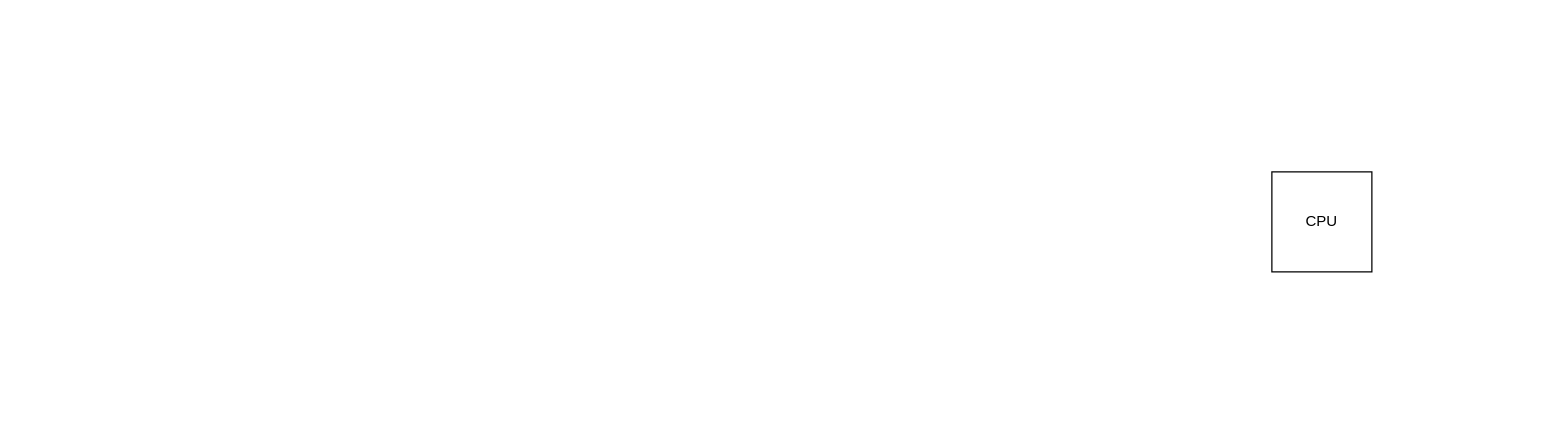
Earlier version of the draw.io diagram Tanenbaum.drawio (adorozhko/Tanenbaum). Source tidied: cells renumbered, new cells numbered last; positions are measured from the earlier drawing's top-left corner, leaving out a move shared by most shapes. Both pictures are drawn from the tidied source at 125%, with x=0, y=0 at pixel (1271, 171).
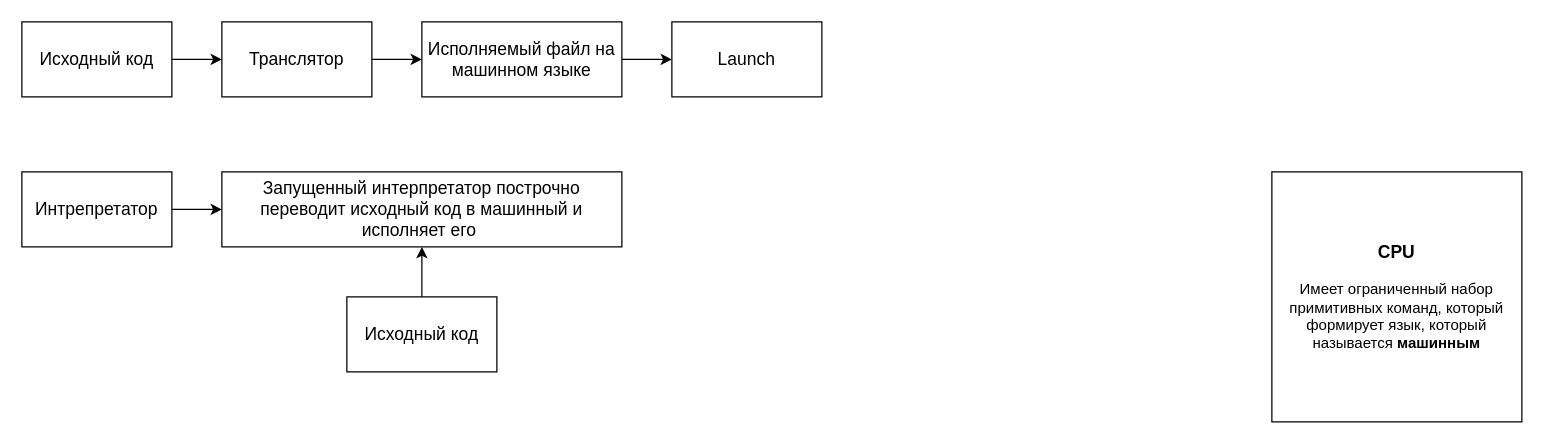
After the change.

Diff of the diagram source:
```diff
@@
 <mxGraphModel>
   <root>
     <mxCell id="0" />
     <mxCell id="1" parent="0" />
-    <mxCell id="2" value="CPU" style="whiteSpace=wrap;html=1;" parent="1" vertex="1">
-      <mxGeometry width="80" height="80" as="geometry" />
+    <mxCell id="2" value="&lt;b&gt;&lt;font style=&quot;font-size: 14px&quot;&gt;CPU&lt;/font&gt;&lt;/b&gt;&lt;br&gt;&lt;br&gt;Имеет ограниченный набор примитивных команд, который формирует язык, который называется&amp;nbsp;&lt;b&gt;машинным&lt;/b&gt;" style="whiteSpace=wrap;html=1;" parent="1" vertex="1">
+      <mxGeometry width="200" height="200" as="geometry" />
     </mxCell>
+    <mxCell id="3" style="edgeStyle=orthogonalEdgeStyle;rounded=0;jettySize=auto;html=1;exitX=1;exitY=0.5;exitDx=0;exitDy=0;entryX=0;entryY=0.5;entryDx=0;entryDy=0;fontSize=14;" parent="1" edge="1" source="4" target="12">
+      <mxGeometry relative="1" as="geometry" />
+    </mxCell>
+    <mxCell id="4" value="Интрепретатор" style="rounded=0;whiteSpace=wrap;html=1;fontSize=14;" parent="1" vertex="1">
+      <mxGeometry x="-1000" width="120" height="60" as="geometry" />
+    </mxCell>
+    <mxCell id="5" style="edgeStyle=orthogonalEdgeStyle;rounded=0;jettySize=auto;html=1;exitX=1;exitY=0.5;exitDx=0;exitDy=0;entryX=0;entryY=0.5;entryDx=0;entryDy=0;fontSize=14;" parent="1" edge="1" source="6" target="10">
+      <mxGeometry relative="1" as="geometry" />
+    </mxCell>
+    <mxCell id="6" value="Транслятор" style="rounded=0;whiteSpace=wrap;html=1;fontSize=14;" parent="1" vertex="1">
+      <mxGeometry x="-840" y="-120" width="120" height="60" as="geometry" />
+    </mxCell>
+    <mxCell id="7" style="edgeStyle=orthogonalEdgeStyle;rounded=0;jettySize=auto;html=1;exitX=1;exitY=0.5;exitDx=0;exitDy=0;entryX=0;entryY=0.5;entryDx=0;entryDy=0;fontSize=14;" parent="1" edge="1" source="8" target="6">
+      <mxGeometry relative="1" as="geometry" />
+    </mxCell>
+    <mxCell id="8" value="Исходный код" style="rounded=0;whiteSpace=wrap;html=1;fontSize=14;" parent="1" vertex="1">
+      <mxGeometry x="-1000" y="-120" width="120" height="60" as="geometry" />
+    </mxCell>
+    <mxCell id="9" style="edgeStyle=orthogonalEdgeStyle;rounded=0;jettySize=auto;html=1;exitX=1;exitY=0.5;exitDx=0;exitDy=0;entryX=0;entryY=0.5;entryDx=0;entryDy=0;fontSize=14;" parent="1" edge="1" source="10" target="11">
+      <mxGeometry relative="1" as="geometry" />
+    </mxCell>
+    <mxCell id="10" value="Исполняемый файл на машинном языке" style="rounded=0;whiteSpace=wrap;html=1;fontSize=14;" parent="1" vertex="1">
+      <mxGeometry x="-680" y="-120" width="160" height="60" as="geometry" />
+    </mxCell>
+    <mxCell id="11" value="Launch" style="rounded=0;whiteSpace=wrap;html=1;fontSize=14;" parent="1" vertex="1">
+      <mxGeometry x="-480" y="-120" width="120" height="60" as="geometry" />
+    </mxCell>
+    <mxCell id="12" value="Запущенный интерпретатор построчно переводит исходный код в машинный и исполняет его&amp;nbsp;" style="rounded=0;whiteSpace=wrap;html=1;fontSize=14;" parent="1" vertex="1">
+      <mxGeometry x="-840" width="320" height="60" as="geometry" />
+    </mxCell>
+    <mxCell id="13" style="edgeStyle=orthogonalEdgeStyle;rounded=0;jettySize=auto;html=1;exitX=0.5;exitY=0;exitDx=0;exitDy=0;fontSize=14;" parent="1" edge="1" source="14" target="12">
+      <mxGeometry relative="1" as="geometry" />
+    </mxCell>
+    <mxCell id="14" value="Исходный код" style="rounded=0;whiteSpace=wrap;html=1;fontSize=14;" parent="1" vertex="1">
+      <mxGeometry x="-740" y="100" width="120" height="60" as="geometry" />
+    </mxCell>
   </root>
 </mxGraphModel>
```
